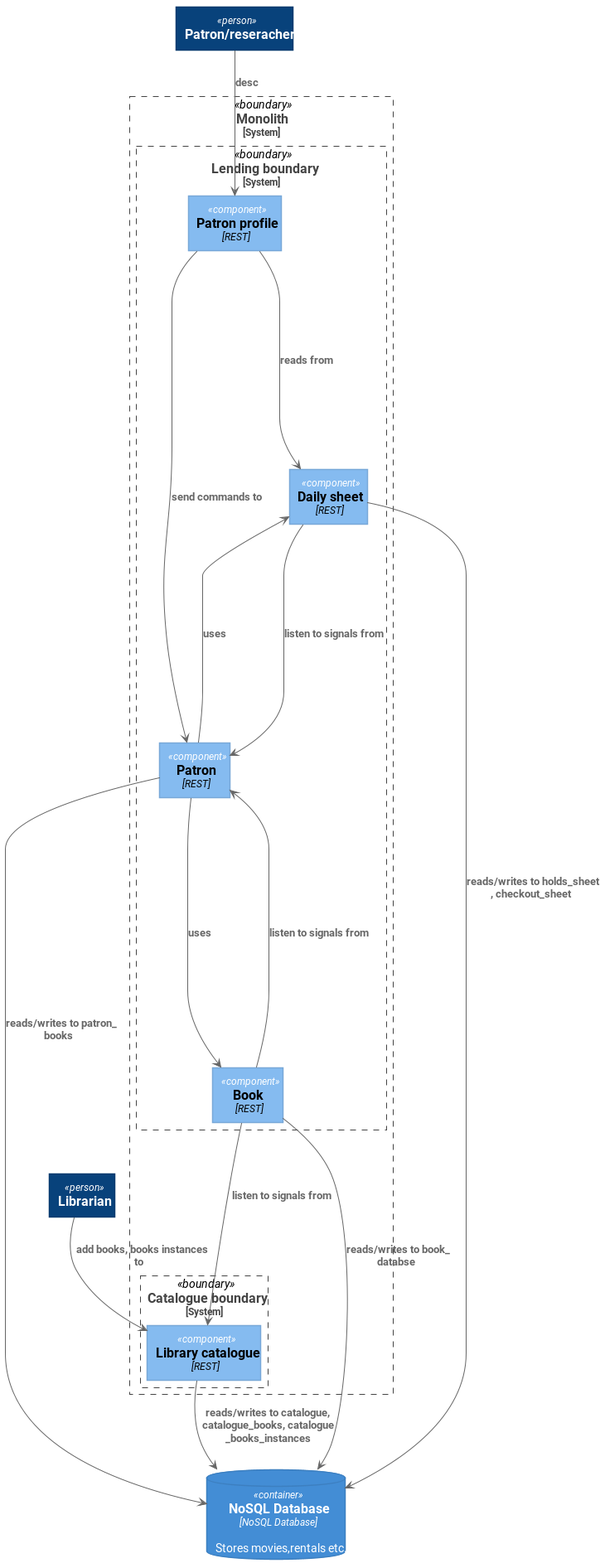
This is doc/modules.png from mwwojcik/mw-ddd-by-examples-library, a PlantUML export, as it was before one commit.
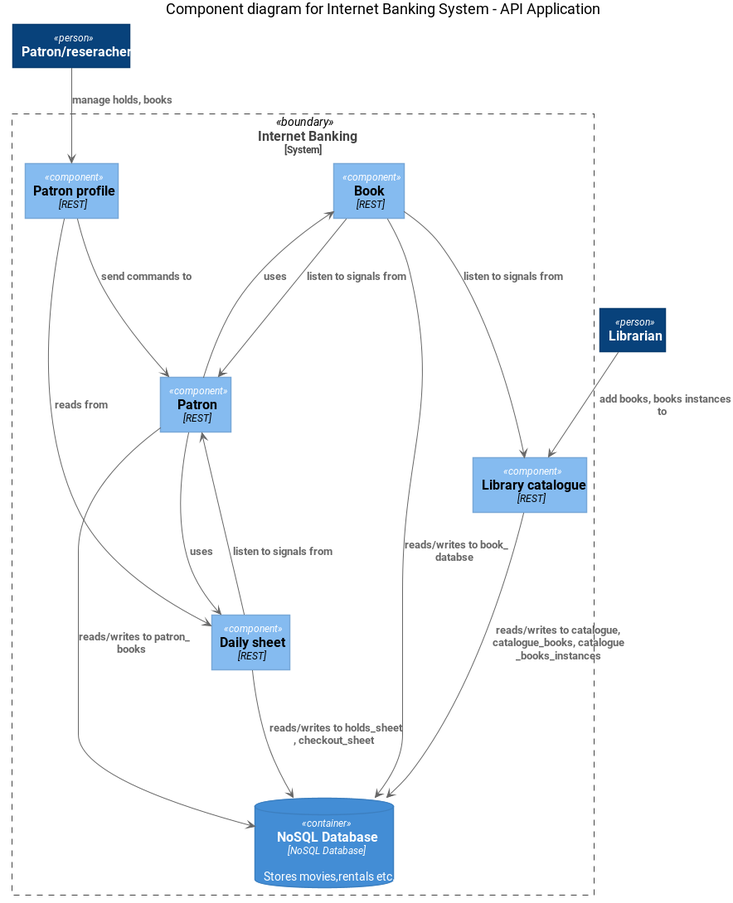
After the change.

Commit message:
c4 diagram modification

Diff of the diagram source:
```diff
@@ -155,40 +155,40 @@
 
 
 
-top to bottom direction
+title Component diagram for Internet Banking System - API Application
 
 
 rectangle "==Patron/reseracher" <<person>> as patron
 rectangle "==Librarian" <<person>> as librarian
-database "==NoSQL Database\n//<size:12>[NoSQL Database]</size>//\n\n Stores movies,rentals etc." <<container>> as database
 
-rectangle "==Monolith\n<size:12>[System]</size>" <<boundary>> as c0 {
+rectangle "==Internet Banking\n<size:12>[System]</size>" <<boundary>> as c1 {
 
-rectangle "==Catalogue boundary\n<size:12>[System]</size>" <<boundary>> as c1 {
+rectangle "==Book\n//<size:12>[REST]</size>//" <<component>> as book
 rectangle "==Library catalogue\n//<size:12>[REST]</size>//" <<component>> as catalogue
-librarian --> catalogue : "===add books, books instances to"
-}
-rectangle "==Lending boundary\n<size:12>[System]</size>" <<boundary>> as c2 {
 rectangle "==Patron profile\n//<size:12>[REST]</size>//" <<component>> as patron_profile
-patron --> patron_profile : "===desc"
-
 rectangle "==Daily sheet\n//<size:12>[REST]</size>//" <<component>> as daily_sheet
 rectangle "==Patron\n//<size:12>[REST]</size>//" <<component>> as patronmod
-rectangle "==Book\n//<size:12>[REST]</size>//" <<component>> as book
+database "==NoSQL Database\n//<size:12>[NoSQL Database]</size>//\n\n Stores movies,rentals etc." <<container>> as database
+}
+
+librarian --> catalogue : "===add books, books instances to"
+patron --> patron_profile : "===manage holds, books"
 
 patron_profile --> daily_sheet : "===reads from"
 patron_profile --> patronmod : "===send commands to"
+
+patronmod --> daily_sheet : "===uses"
+book --> catalogue : "===listen to signals from"
+
 patronmod --> database : "===reads/writes to patron_books"
 book --> database : "===reads/writes to book_databse"
 
 daily_sheet --> database : "===reads/writes to holds_sheet, checkout_sheet"
 
-book --> catalogue : "===listen to signals from"
 book --> patronmod : "===listen to signals from"
 patronmod --> book : "===uses"
 daily_sheet --> patronmod : "===listen to signals from"
-patronmod --> daily_sheet : "===uses"
+
 
 catalogue --> database : "===reads/writes to catalogue, catalogue_books, catalogue_books_instances"
-}
 @enduml
```
